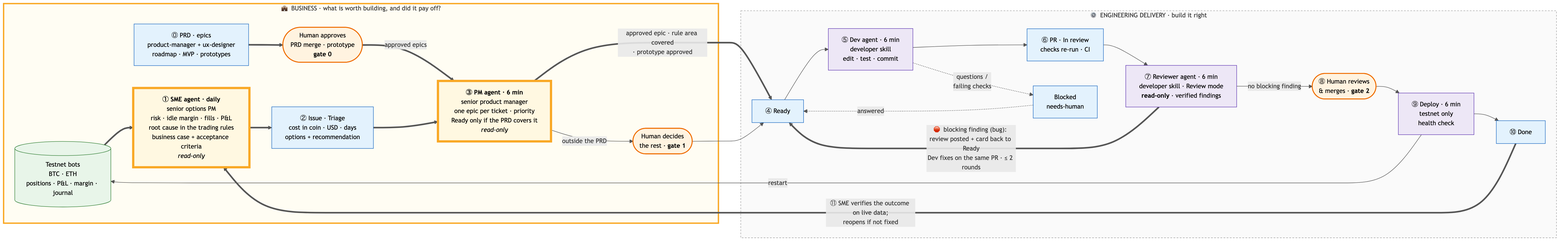
This is docs/agentic_workflow.png from rchau73/optionsBot, a Mermaid export, as it was before one commit. Its source is kept beside it as docs/agentic_workflow.mmd.
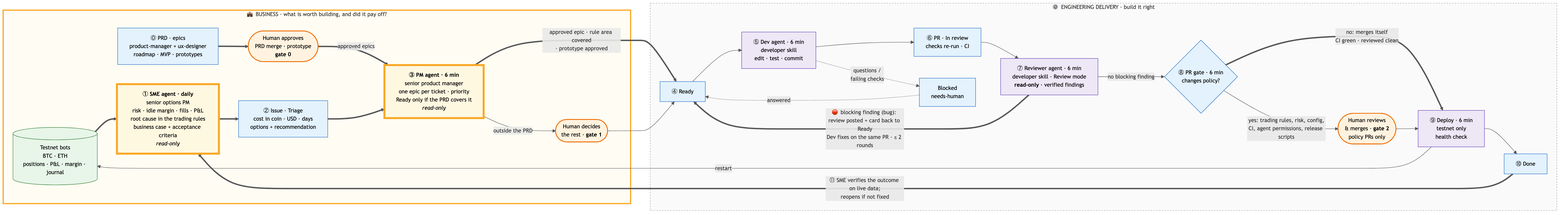
The same file after the commit.

Commit message:
Agentic workflow diagram: the PR gate merges policy-free PRs itself; a person merges only policy PRs (#563)

Diff of the diagram source:
```diff
@@ -16,7 +16,8 @@
         DEV["⑤ Dev agent · 6 min<br/>developer skill<br/>edit · test · commit"]
         PR["⑥ PR · In review<br/>checks re-run · CI"]
         REV["⑦ Reviewer agent · 6 min<br/>developer skill · Review mode<br/><b>read-only</b> · verified findings"]
-        H2(["⑧ Human reviews<br/>& merges · <b>gate 2</b>"])
+        GATE{"⑧ PR gate · 6 min<br/>changes policy?"}
+        H2(["Human reviews<br/>& merges · <b>gate 2</b><br/>policy PRs only"])
         DEP["⑨ Deploy · 6 min<br/>testnet only<br/>health check"]
         DONE["⑩ Done"]
         BLK["Blocked<br/>needs-human"]
@@ -25,7 +26,10 @@
     PRD ==> H0 ==>|approved epics| PM
     BOTS ==> SME ==> TRI ==> PM ==>|"approved epic · rule area covered<br/>· prototype approved"| READY
     PM -->|outside the PRD| H1 --> READY
-    READY --> DEV --> PR --> REV -->|no blocking finding| H2 --> DEP --> DONE
+    READY --> DEV --> PR --> REV -->|no blocking finding| GATE
+    GATE ==>|"no: merges itself<br/>CI green · reviewed clean"| DEP
+    GATE -->|"yes: trading rules, risk, config,<br/>CI, agent permissions, release scripts"| H2 --> DEP
+    DEP --> DONE
     REV ==>|"🛑 blocking finding (bug): review posted + card back to Ready<br/>Dev fixes on the same PR · ≤ 2 rounds"| READY
     DEP -->|restart| BOTS
     DEV -.->|questions /<br/>failing checks| BLK -.->|answered| READY
@@ -39,7 +43,7 @@
     class SME,PM sme
     class DEV,REV,DEP agent
     class H0,H1,H2 human
-    class PRD,TRI,READY,PR,DONE,BLK gh
+    class PRD,TRI,READY,PR,DONE,BLK,GATE gh
     class BOTS run
     style BIZ fill:#fffdf3,stroke:#f9a825,stroke-width:3px
     style ENG fill:#fafafa,stroke:#9e9e9e,stroke-width:1px,stroke-dasharray:4 3
```
